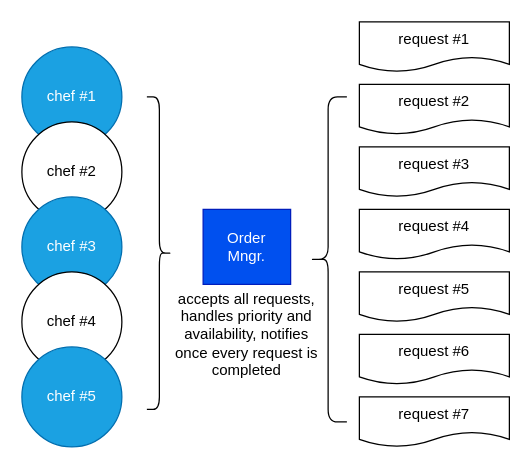
Earlier version of the draw.io diagram img/0-non-blocking.drawio (paguerre3/wflux). Source tidied: cells renumbered, new cells numbered last; positions are measured from the earlier drawing's top-left corner, leaving out a move shared by most shapes. Both pictures are drawn from the tidied source at 125%, with x=0, y=0 at pixel (21, 21).
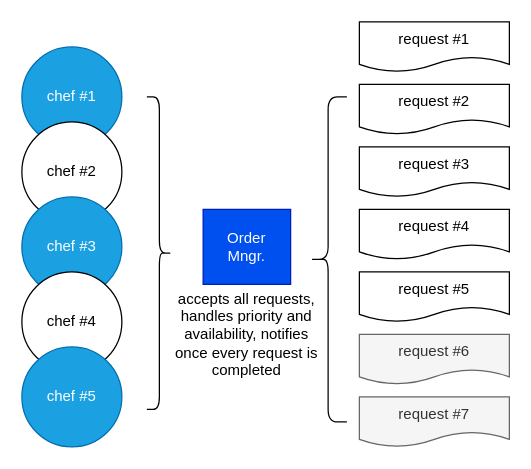
Above is the later version.

Commit message:
none blocking technique diagram adn github workflows

Change to the diagram source:
```diff
@@
 <mxGraphModel>
   <root>
     <mxCell id="0" />
     <mxCell id="1" parent="0" />
     <mxCell id="2" value="chef #1" style="ellipse;whiteSpace=wrap;html=1;fillColor=#1ba1e2;fontColor=#ffffff;strokeColor=#006EAF;" parent="1" vertex="1">
       <mxGeometry y="20" width="80" height="80" as="geometry" />
     </mxCell>
     <mxCell id="3" value="chef #2" style="ellipse;whiteSpace=wrap;html=1;" parent="1" vertex="1">
       <mxGeometry y="80" width="80" height="80" as="geometry" />
     </mxCell>
     <mxCell id="4" value="chef #3" style="ellipse;whiteSpace=wrap;html=1;fillColor=#1ba1e2;fontColor=#ffffff;strokeColor=#006EAF;" parent="1" vertex="1">
       <mxGeometry y="140" width="80" height="80" as="geometry" />
     </mxCell>
     <mxCell id="5" value="chef #4" style="ellipse;whiteSpace=wrap;html=1;" parent="1" vertex="1">
       <mxGeometry y="200" width="80" height="80" as="geometry" />
     </mxCell>
     <mxCell id="6" value="chef #5" style="ellipse;whiteSpace=wrap;html=1;fillColor=#1ba1e2;fontColor=#ffffff;strokeColor=#006EAF;" parent="1" vertex="1">
       <mxGeometry y="260" width="80" height="80" as="geometry" />
     </mxCell>
     <mxCell id="7" value="Order&lt;div&gt;Mngr.&lt;/div&gt;" style="rounded=0;whiteSpace=wrap;html=1;fillColor=#0050ef;strokeColor=#001DBC;fontColor=#ffffff;" parent="1" vertex="1">
       <mxGeometry x="145" y="150" width="70" height="60" as="geometry" />
     </mxCell>
     <mxCell id="8" value="request #1" style="shape=document;whiteSpace=wrap;html=1;boundedLbl=1;" parent="1" vertex="1">
       <mxGeometry x="270" width="120" height="40" as="geometry" />
     </mxCell>
     <mxCell id="9" value="request #2" style="shape=document;whiteSpace=wrap;html=1;boundedLbl=1;" parent="1" vertex="1">
       <mxGeometry x="270" y="50" width="120" height="40" as="geometry" />
     </mxCell>
     <mxCell id="10" value="request #3" style="shape=document;whiteSpace=wrap;html=1;boundedLbl=1;" parent="1" vertex="1">
       <mxGeometry x="270" y="100" width="120" height="40" as="geometry" />
     </mxCell>
     <mxCell id="11" value="request #4" style="shape=document;whiteSpace=wrap;html=1;boundedLbl=1;" parent="1" vertex="1">
       <mxGeometry x="270" y="150" width="120" height="40" as="geometry" />
     </mxCell>
     <mxCell id="12" value="request #5" style="shape=document;whiteSpace=wrap;html=1;boundedLbl=1;" parent="1" vertex="1">
       <mxGeometry x="270" y="200" width="120" height="40" as="geometry" />
     </mxCell>
-    <mxCell id="13" value="request #6" style="shape=document;whiteSpace=wrap;html=1;boundedLbl=1;" parent="1" vertex="1">
+    <mxCell id="13" value="request #6" style="shape=document;whiteSpace=wrap;html=1;boundedLbl=1;fillColor=#f5f5f5;strokeColor=#666666;fontColor=#333333;" parent="1" vertex="1">
       <mxGeometry x="270" y="250" width="120" height="40" as="geometry" />
     </mxCell>
-    <mxCell id="14" value="request #7" style="shape=document;whiteSpace=wrap;html=1;boundedLbl=1;" parent="1" vertex="1">
+    <mxCell id="14" value="request #7" style="shape=document;whiteSpace=wrap;html=1;boundedLbl=1;fillColor=#f5f5f5;strokeColor=#666666;fontColor=#333333;" parent="1" vertex="1">
       <mxGeometry x="270" y="300" width="120" height="40" as="geometry" />
     </mxCell>
     <mxCell id="15" style="shape=curlyBracket;whiteSpace=wrap;html=1;rounded=1;flipH=1;labelPosition=right;verticalLabelPosition=middle;align=left;verticalAlign=middle;" parent="1" vertex="1">
       <mxGeometry x="100" y="60" width="20" height="250" as="geometry" />
     </mxCell>
     <mxCell id="16" style="shape=curlyBracket;whiteSpace=wrap;html=1;rounded=1;labelPosition=left;verticalLabelPosition=middle;align=right;verticalAlign=middle;" parent="1" vertex="1">
       <mxGeometry x="230" y="60" width="30" height="260" as="geometry" />
     </mxCell>
     <mxCell id="17" value="accepts all requests, handles priority and availability, notifies once every request is completed" style="text;html=1;align=center;verticalAlign=middle;whiteSpace=wrap;rounded=0;" parent="1" vertex="1">
       <mxGeometry x="120" y="240" width="120" height="20" as="geometry" />
     </mxCell>
   </root>
 </mxGraphModel>
```
